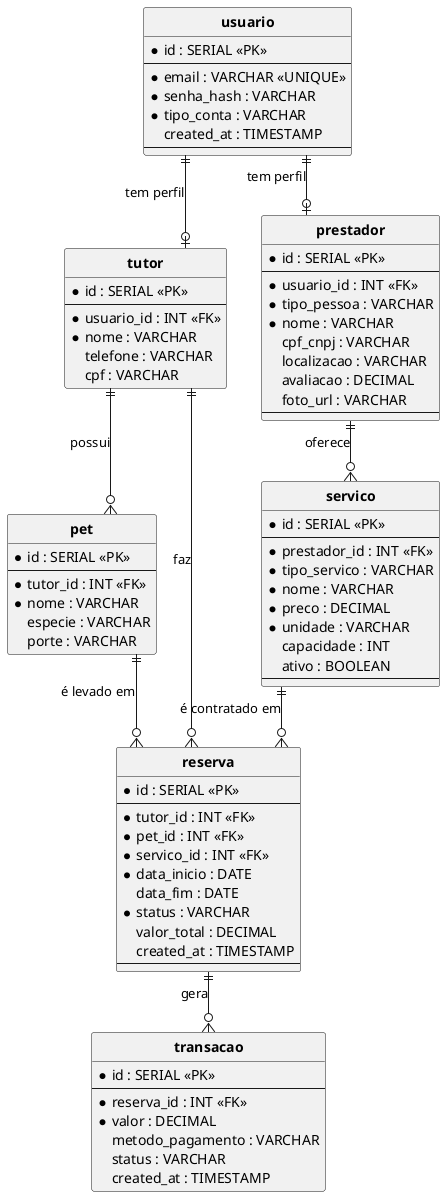
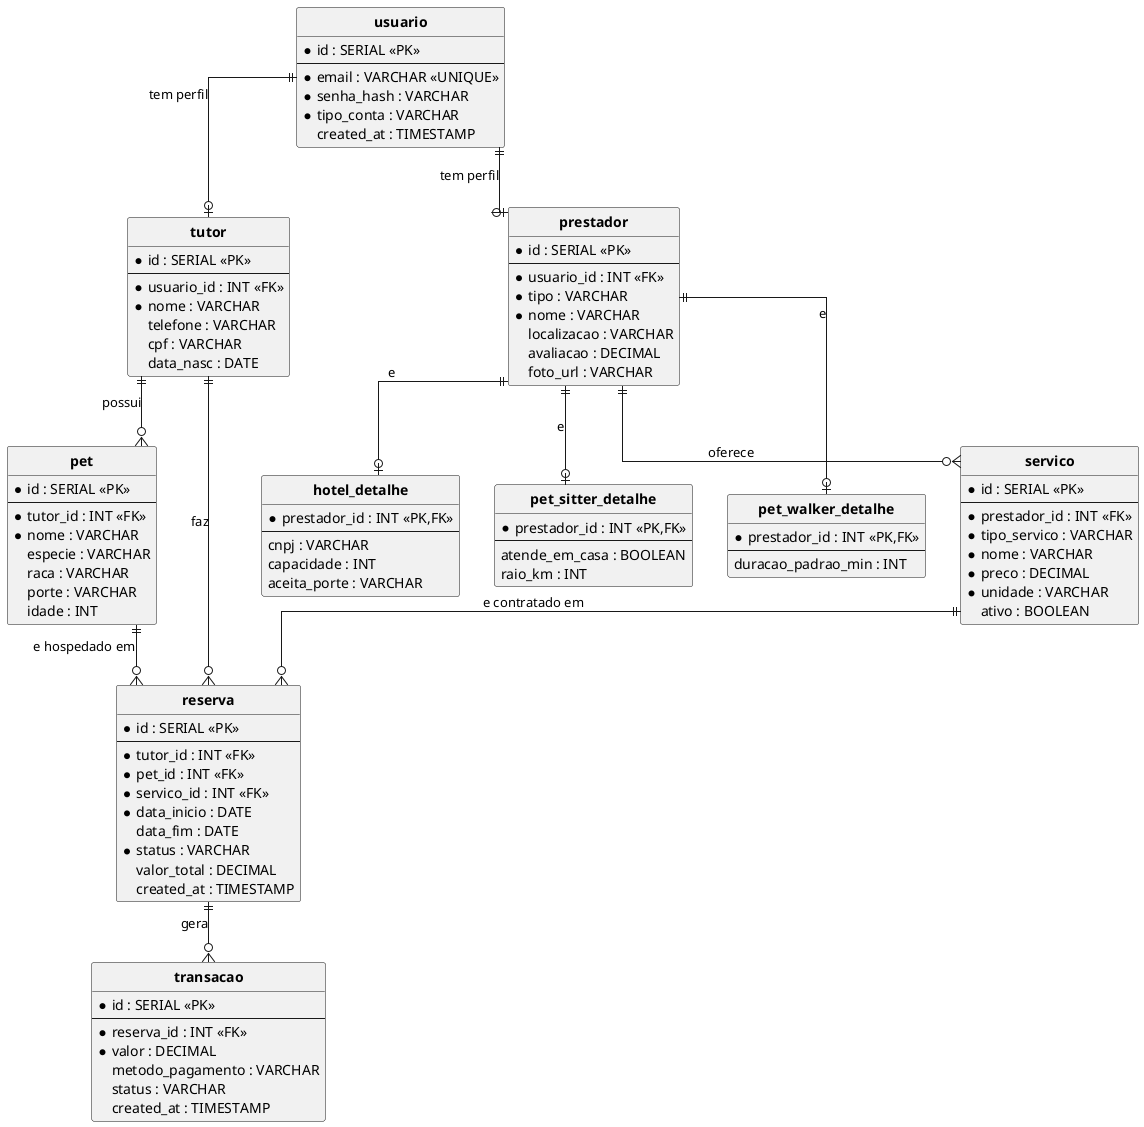
@startuml HOSPETSE-DER-MVP
' =========================================================
- '  DER HOSPETSE — VERSÃO MVP (Sprint 7 — UC03 + UC04)
- '  Foco: buscar hotéis e solicitar reserva
- '  Enxuto, sem edge cases de prod
+ '  DER HOSPETSE — VERSAO MVP (Sprint 7 — UC03 + UC04)
+ '  Foco: buscar hoteis e solicitar reserva
' =========================================================
hide circle
skinparam linetype ortho
skinparam classFontStyle bold

entity "usuario" as usuario {
  * id : SERIAL <<PK>>
  --
  * email : VARCHAR <<UNIQUE>>
  * senha_hash : VARCHAR
  * tipo_conta : VARCHAR
  created_at : TIMESTAMP
-   --
-   ' tipo_conta: TUTOR | PRESTADOR
}

entity "tutor" as tutor {
  * id : SERIAL <<PK>>
  --
  * usuario_id : INT <<FK>>
  * nome : VARCHAR
  telefone : VARCHAR
  cpf : VARCHAR
+   data_nasc : DATE
}

entity "pet" as pet {
  * id : SERIAL <<PK>>
  --
  * tutor_id : INT <<FK>>
  * nome : VARCHAR
  especie : VARCHAR
+   raca : VARCHAR
  porte : VARCHAR
+   idade : INT
}

entity "prestador" as prestador {
  * id : SERIAL <<PK>>
  --
  * usuario_id : INT <<FK>>
-   * tipo_pessoa : VARCHAR
+   * tipo : VARCHAR
  * nome : VARCHAR
-   cpf_cnpj : VARCHAR
  localizacao : VARCHAR
  avaliacao : DECIMAL
  foto_url : VARCHAR
+ }
+ 
+ entity "hotel_detalhe" as hotel_detalhe {
+   * prestador_id : INT <<PK,FK>>
  --
-   ' tipo_pessoa: PF | PJ
+   cnpj : VARCHAR
+   capacidade : INT
+   aceita_porte : VARCHAR
+ }
+ 
+ entity "pet_sitter_detalhe" as pet_sitter_detalhe {
+   * prestador_id : INT <<PK,FK>>
+   --
+   atende_em_casa : BOOLEAN
+   raio_km : INT
+ }
+ 
+ entity "pet_walker_detalhe" as pet_walker_detalhe {
+   * prestador_id : INT <<PK,FK>>
+   --
+   duracao_padrao_min : INT
}

entity "servico" as servico {
  * id : SERIAL <<PK>>
  --
  * prestador_id : INT <<FK>>
  * tipo_servico : VARCHAR
  * nome : VARCHAR
  * preco : DECIMAL
  * unidade : VARCHAR
-   capacidade : INT
  ativo : BOOLEAN
-   --
-   ' tipo_servico: HOSPEDAGEM | PASSEIO | PET_SITTER
-   ' unidade: DIARIA | HORA | PASSEIO
}

entity "reserva" as reserva {
  * id : SERIAL <<PK>>
  --
  * tutor_id : INT <<FK>>
  * pet_id : INT <<FK>>
  * servico_id : INT <<FK>>
  * data_inicio : DATE
  data_fim : DATE
  * status : VARCHAR
  valor_total : DECIMAL
  created_at : TIMESTAMP
-   --
-   ' status: PENDENTE | CONFIRMADA | CANCELADA | CONCLUIDA
}

entity "transacao" as transacao {
  * id : SERIAL <<PK>>
  --
  * reserva_id : INT <<FK>>
  * valor : DECIMAL
  metodo_pagamento : VARCHAR
  status : VARCHAR
  created_at : TIMESTAMP
}

' ===== Relacionamentos =====
- usuario   ||--o| tutor      : "tem perfil"
- usuario   ||--o| prestador  : "tem perfil"
+ usuario        ||--o| tutor             : "tem perfil"
+ usuario        ||--o| prestador         : "tem perfil"

- tutor     ||--o{ pet        : "possui"
- tutor     ||--o{ reserva    : "faz"
- pet       ||--o{ reserva    : "é levado em"
+ tutor          ||--o{ pet               : "possui"
+ tutor          ||--o{ reserva           : "faz"
+ pet            ||--o{ reserva           : "e hospedado em"

- prestador ||--o{ servico    : "oferece"
- servico   ||--o{ reserva    : "é contratado em"
+ prestador      ||--o| hotel_detalhe     : "e"
+ prestador      ||--o| pet_sitter_detalhe: "e"
+ prestador      ||--o| pet_walker_detalhe: "e"
+ prestador      ||--o{ servico           : "oferece"

- reserva   ||--o{ transacao  : "gera"
+ servico        ||--o{ reserva           : "e contratado em"
+ 
+ reserva        ||--o{ transacao         : "gera"

@enduml
